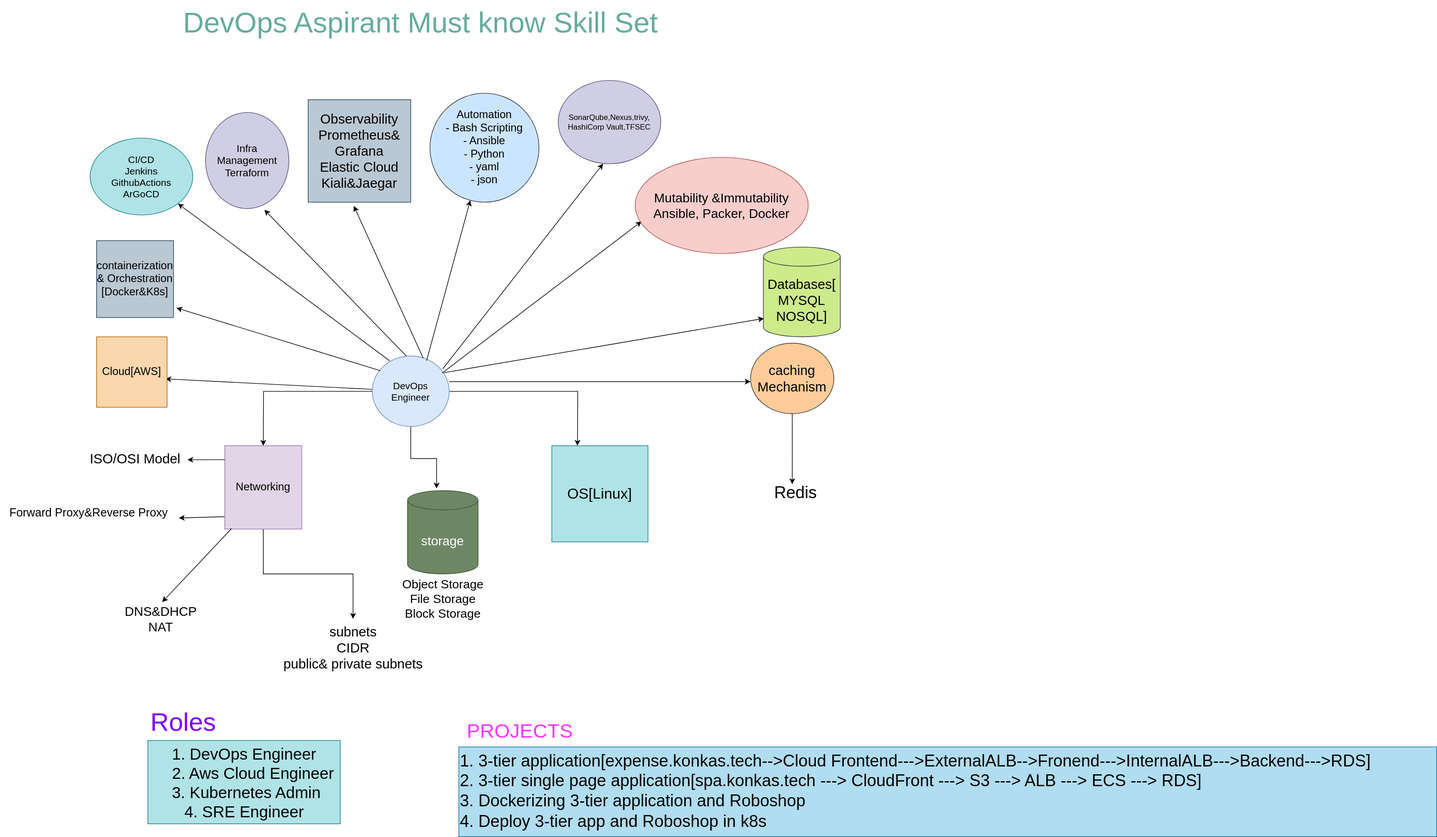
Earlier version of the draw.io export devops-requirments.drawio.svg (ullagallu123/svg). Source tidied: cells renumbered, new cells last; positions are measured from the earlier drawing's top-left corner, leaving out a move shared by most shapes.
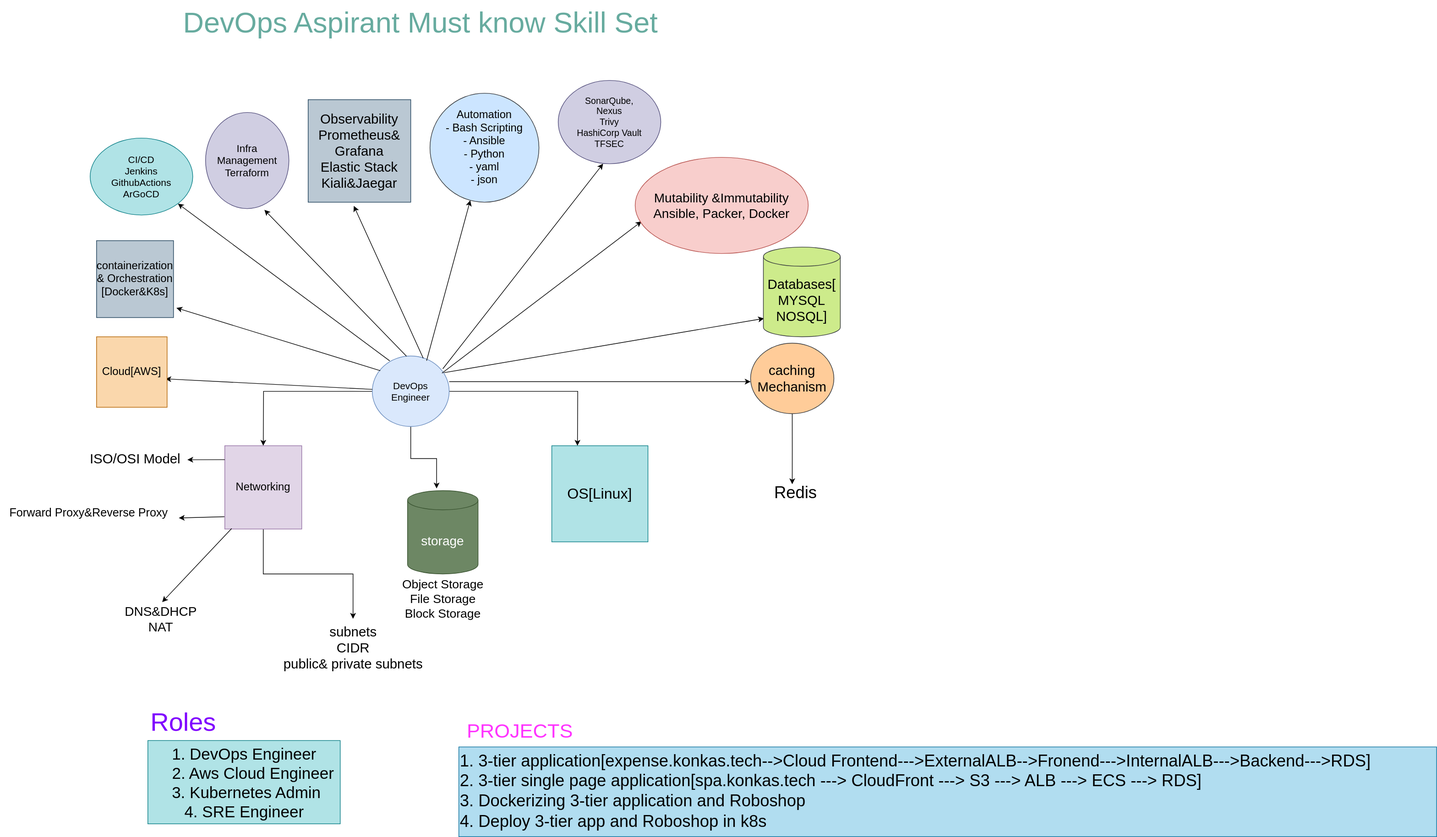
The same file after the commit.

What changed in the source:
```diff
@@ -75,7 +75,7 @@
     <mxCell id="24" value="&lt;font style=&quot;font-size: 16px;&quot;&gt;Infra Management&lt;/font&gt;&lt;div&gt;&lt;font style=&quot;font-size: 16px;&quot;&gt;Terraform&lt;/font&gt;&lt;/div&gt;" style="ellipse;whiteSpace=wrap;html=1;fillColor=#d0cee2;strokeColor=#56517e;" parent="1" vertex="1">
       <mxGeometry x="320" y="175" width="130" height="150" as="geometry" />
     </mxCell>
-    <mxCell id="25" value="&lt;font style=&quot;font-size: 21px;&quot;&gt;Observability&lt;/font&gt;&lt;div&gt;&lt;font style=&quot;font-size: 21px;&quot;&gt;Prometheus&amp;amp;&lt;/font&gt;&lt;/div&gt;&lt;div&gt;&lt;font style=&quot;font-size: 21px;&quot;&gt;Grafana&lt;/font&gt;&lt;/div&gt;&lt;div&gt;&lt;font style=&quot;font-size: 21px;&quot;&gt;Elastic Cloud&lt;/font&gt;&lt;/div&gt;&lt;div&gt;&lt;font style=&quot;font-size: 21px;&quot;&gt;Kiali&amp;amp;Jaegar&lt;/font&gt;&lt;/div&gt;" style="whiteSpace=wrap;html=1;fillColor=#bac8d3;strokeColor=#23445d;" parent="1" vertex="1">
+    <mxCell id="25" value="&lt;font style=&quot;font-size: 21px;&quot;&gt;Observability&lt;/font&gt;&lt;div&gt;&lt;font style=&quot;font-size: 21px;&quot;&gt;Prometheus&amp;amp;&lt;/font&gt;&lt;/div&gt;&lt;div&gt;&lt;font style=&quot;font-size: 21px;&quot;&gt;Grafana&lt;/font&gt;&lt;/div&gt;&lt;div&gt;&lt;font style=&quot;font-size: 21px;&quot;&gt;Elastic Stack&lt;/font&gt;&lt;/div&gt;&lt;div&gt;&lt;font style=&quot;font-size: 21px;&quot;&gt;Kiali&amp;amp;Jaegar&lt;/font&gt;&lt;/div&gt;" style="whiteSpace=wrap;html=1;fillColor=#bac8d3;strokeColor=#23445d;" parent="1" vertex="1">
       <mxGeometry x="480" y="155" width="160" height="160" as="geometry" />
     </mxCell>
     <mxCell id="26" style="endArrow=classic;html=1;rounded=0;exitX=0.663;exitY=0.032;exitDx=0;exitDy=0;exitPerimeter=0;entryX=0.445;entryY=1.036;entryDx=0;entryDy=0;entryPerimeter=0;flowAnimation=0;" parent="1" edge="1" source="5" target="25">
@@ -144,7 +144,7 @@
         <mxPoint x="940" y="255" as="targetPoint" />
       </mxGeometry>
     </mxCell>
-    <mxCell id="44" value="SonarQube,Nexus,trivy,&lt;div&gt;HashiCorp Vault,TFSEC&lt;/div&gt;" style="ellipse;whiteSpace=wrap;html=1;fillColor=#d0cee2;strokeColor=#56517e;" parent="1" vertex="1">
+    <mxCell id="44" value="&lt;font style=&quot;font-size: 14px;&quot;&gt;SonarQube,&lt;/font&gt;&lt;div&gt;&lt;font style=&quot;font-size: 14px;&quot;&gt;Nexus&lt;/font&gt;&lt;/div&gt;&lt;div&gt;&lt;font style=&quot;font-size: 14px;&quot;&gt;Trivy&lt;/font&gt;&lt;div&gt;&lt;font style=&quot;font-size: 14px;&quot;&gt;HashiCorp Vault&lt;/font&gt;&lt;/div&gt;&lt;div&gt;&lt;font style=&quot;font-size: 14px;&quot;&gt;TFSEC&lt;/font&gt;&lt;/div&gt;&lt;/div&gt;" style="ellipse;whiteSpace=wrap;html=1;fillColor=#d0cee2;strokeColor=#56517e;" parent="1" vertex="1">
       <mxGeometry x="870" y="125" width="160" height="130" as="geometry" />
     </mxCell>
   </root>
```
